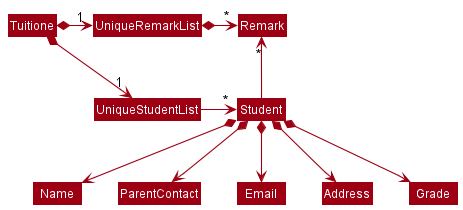
The PlantUML diagram docs/images/DeveloperGuideImage/BetterModelClassDiagram.png in nus-cs2103-AY2122S1/tp, before a commit.
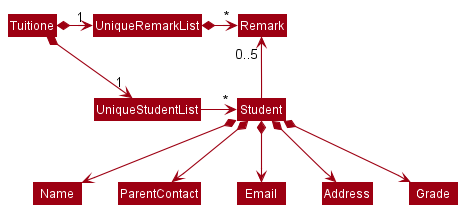
After the change.

The edit, as a diff of the source:
```diff
@@ -12,7 +12,7 @@
 UniqueRemarkList *-right-> "*" Remark
 UniqueStudentList -right-> "*" Student
 
-Student -up-> "*" Remark
+Student -up-> "0..5" Remark
 
 Student *--> Name
 Student *--> ParentContact
```
